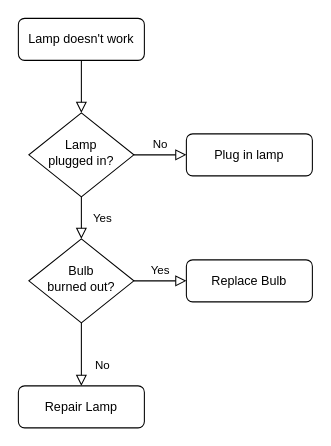
Earlier version of the draw.io diagram Untitled Diagram.drawio (loganwe/Computer-Discoveries-Projects). Source tidied: cells renumbered, new cells numbered last; positions are measured from the earlier drawing's top-left corner, leaving out a move shared by most shapes. Both pictures are drawn from the tidied source at 105%, with x=0, y=0 at pixel (18, 18).
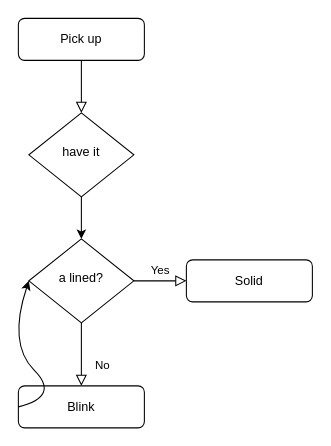
The same diagram, later.

What changed in the source:
```diff
@@
 <mxGraphModel>
   <root>
     <mxCell id="0" />
     <mxCell id="1" parent="0" />
     <mxCell id="2" style="rounded=0;html=1;jettySize=auto;fontSize=11;endArrow=block;endFill=0;endSize=8;strokeWidth=1;shadow=0;labelBackgroundColor=none;edgeStyle=orthogonalEdgeStyle;" parent="1" edge="1" source="3" target="6">
       <mxGeometry relative="1" as="geometry" />
     </mxCell>
-    <mxCell id="3" value="Lamp doesn't work" style="rounded=1;whiteSpace=wrap;html=1;fontSize=12;glass=0;strokeWidth=1;shadow=0;" parent="1" vertex="1">
+    <mxCell id="3" value="&lt;div&gt;Pick up&lt;/div&gt;" style="rounded=1;whiteSpace=wrap;html=1;fontSize=12;glass=0;strokeWidth=1;shadow=0;" parent="1" vertex="1">
       <mxGeometry width="120" height="40" as="geometry" />
     </mxCell>
-    <mxCell id="4" value="Yes" style="rounded=0;html=1;jettySize=auto;fontSize=11;endArrow=block;endFill=0;endSize=8;strokeWidth=1;shadow=0;labelBackgroundColor=none;edgeStyle=orthogonalEdgeStyle;" parent="1" edge="1" source="6" target="10">
-      <mxGeometry y="20" relative="1" as="geometry" />
-    </mxCell>
-    <mxCell id="5" value="No" style="edgeStyle=orthogonalEdgeStyle;rounded=0;html=1;jettySize=auto;fontSize=11;endArrow=block;endFill=0;endSize=8;strokeWidth=1;shadow=0;labelBackgroundColor=none;" parent="1" edge="1" source="6" target="7">
-      <mxGeometry y="10" relative="1" as="geometry" />
-    </mxCell>
-    <mxCell id="6" value="Lamp&lt;br&gt;plugged in?" style="rhombus;whiteSpace=wrap;html=1;shadow=0;fontFamily=Helvetica;fontSize=12;align=center;strokeWidth=1;spacing=6;spacingTop=-4;" parent="1" vertex="1">
+    <mxCell id="6" value="have it" style="rhombus;whiteSpace=wrap;html=1;shadow=0;fontFamily=Helvetica;fontSize=12;align=center;strokeWidth=1;spacing=6;spacingTop=-4;" parent="1" vertex="1">
       <mxGeometry x="10" y="90" width="100" height="80" as="geometry" />
     </mxCell>
-    <mxCell id="7" value="Plug in lamp" style="rounded=1;whiteSpace=wrap;html=1;fontSize=12;glass=0;strokeWidth=1;shadow=0;" parent="1" vertex="1">
-      <mxGeometry x="160" y="110" width="120" height="40" as="geometry" />
-    </mxCell>
     <mxCell id="8" value="No" style="rounded=0;html=1;jettySize=auto;fontSize=11;endArrow=block;endFill=0;endSize=8;strokeWidth=1;shadow=0;labelBackgroundColor=none;edgeStyle=orthogonalEdgeStyle;" parent="1" edge="1" source="10" target="11">
       <mxGeometry x="0.33" y="20" relative="1" as="geometry" />
     </mxCell>
     <mxCell id="9" value="Yes" style="edgeStyle=orthogonalEdgeStyle;rounded=0;html=1;jettySize=auto;fontSize=11;endArrow=block;endFill=0;endSize=8;strokeWidth=1;shadow=0;labelBackgroundColor=none;" parent="1" edge="1" source="10" target="12">
       <mxGeometry y="10" relative="1" as="geometry" />
     </mxCell>
-    <mxCell id="10" value="Bulb&lt;br&gt;burned out?" style="rhombus;whiteSpace=wrap;html=1;shadow=0;fontFamily=Helvetica;fontSize=12;align=center;strokeWidth=1;spacing=6;spacingTop=-4;" parent="1" vertex="1">
+    <mxCell id="10" value="a lined?" style="rhombus;whiteSpace=wrap;html=1;shadow=0;fontFamily=Helvetica;fontSize=12;align=center;strokeWidth=1;spacing=6;spacingTop=-4;" parent="1" vertex="1">
       <mxGeometry x="10" y="210" width="100" height="80" as="geometry" />
     </mxCell>
-    <mxCell id="11" value="Repair Lamp" style="rounded=1;whiteSpace=wrap;html=1;fontSize=12;glass=0;strokeWidth=1;shadow=0;" parent="1" vertex="1">
+    <mxCell id="11" value="Blink" style="rounded=1;whiteSpace=wrap;html=1;fontSize=12;glass=0;strokeWidth=1;shadow=0;" parent="1" vertex="1">
       <mxGeometry y="350" width="120" height="40" as="geometry" />
     </mxCell>
-    <mxCell id="12" value="Replace Bulb" style="rounded=1;whiteSpace=wrap;html=1;fontSize=12;glass=0;strokeWidth=1;shadow=0;" parent="1" vertex="1">
+    <mxCell id="12" value="Solid" style="rounded=1;whiteSpace=wrap;html=1;fontSize=12;glass=0;strokeWidth=1;shadow=0;" parent="1" vertex="1">
       <mxGeometry x="160" y="230" width="120" height="40" as="geometry" />
     </mxCell>
+    <mxCell id="4" style="endArrow=classic;html=1;rounded=0;exitX=0.5;exitY=1;exitDx=0;exitDy=0;" parent="1" edge="1" source="6" target="10">
+      <mxGeometry relative="1" as="geometry" />
+    </mxCell>
+    <mxCell id="13" style="curved=1;endArrow=classic;html=1;rounded=0;exitX=0;exitY=0.5;exitDx=0;exitDy=0;entryX=0;entryY=0.5;entryDx=0;entryDy=0;" parent="1" edge="1" source="11" target="10">
+      <mxGeometry relative="1" as="geometry">
+        <Array as="points">
+          <mxPoint x="40" y="360" />
+          <mxPoint x="-10" y="310" />
+        </Array>
+      </mxGeometry>
+    </mxCell>
   </root>
 </mxGraphModel>
```
